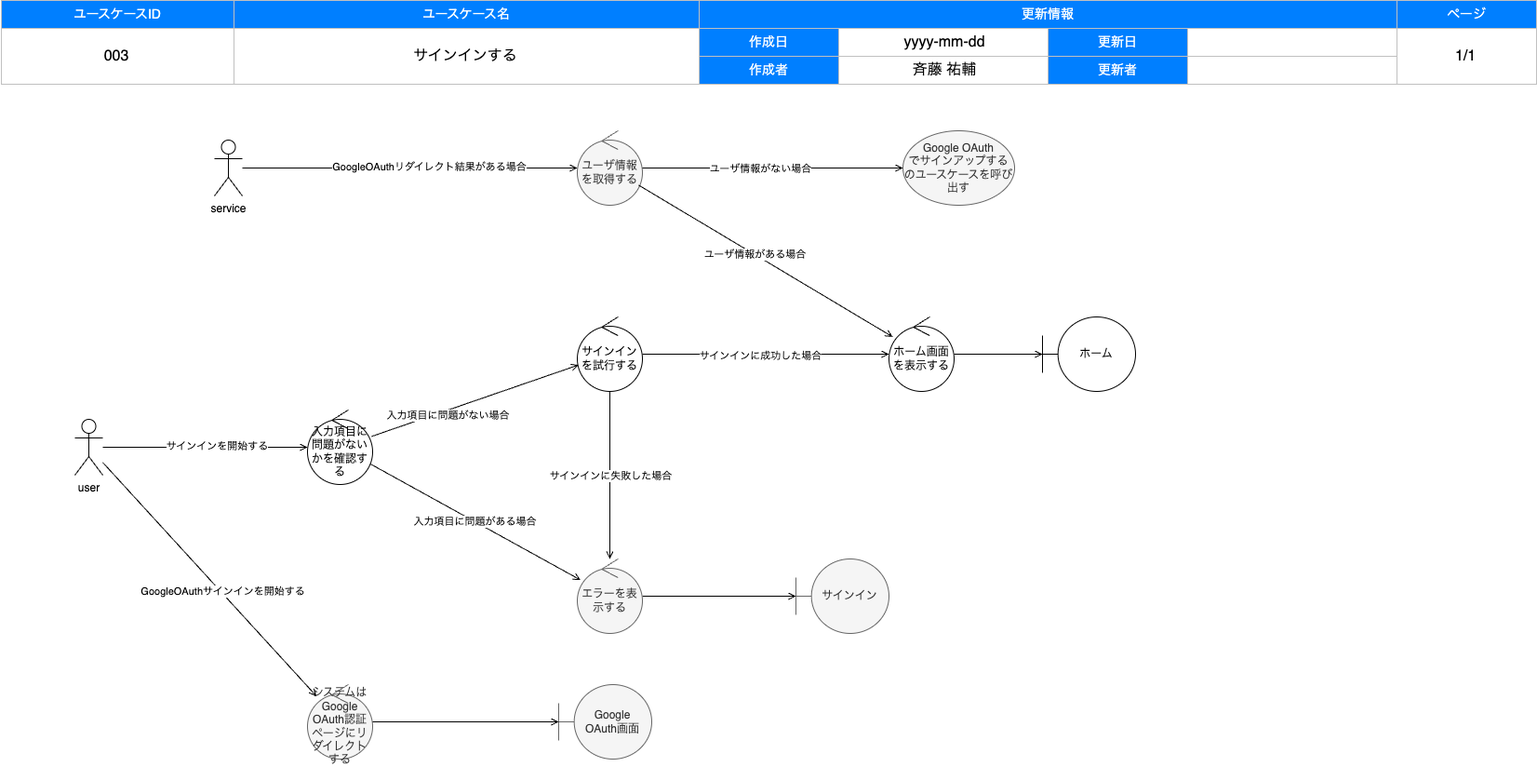
This is documents/nobody/003_signIn.drawio.png from uskithub/CABoilerplate, a draw.io export, as it was before one commit. Source tidied: cells renumbered, new cells last; positions are measured from the earlier drawing's top-left corner, leaving out a move shared by most shapes. Source of this version:
```xml
<mxGraphModel background="#FFFFFF">
  <root>
    <mxCell id="0" />
    <mxCell id="1" parent="0" />
    <mxCell id="2" style="group;" parent="1" vertex="1">
      <mxGeometry x="1" width="1650" height="90" as="geometry" />
    </mxCell>
    <mxCell id="3" value="ユースケースID" style="rounded=0;whiteSpace=wrap;html=1;strokeColor=#C0C0C0;fontSize=14;labelBorderColor=none;labelBackgroundColor=none;fillColor=#007FFF;fontColor=#FFFFFF;" parent="2" vertex="1">
      <mxGeometry width="250" height="30" as="geometry" />
    </mxCell>
    <mxCell id="4" value="ユースケース名" style="rounded=0;whiteSpace=wrap;html=1;strokeColor=#C0C0C0;fontSize=14;labelBorderColor=none;labelBackgroundColor=none;fillColor=#007FFF;fontColor=#FFFFFF;" parent="2" vertex="1">
      <mxGeometry x="250" width="500" height="30" as="geometry" />
    </mxCell>
    <mxCell id="5" value="更新情報" style="rounded=0;whiteSpace=wrap;html=1;strokeColor=#C0C0C0;fontSize=14;labelBorderColor=none;labelBackgroundColor=none;fillColor=#007FFF;fontColor=#FFFFFF;" parent="2" vertex="1">
      <mxGeometry x="750" width="750" height="30" as="geometry" />
    </mxCell>
    <mxCell id="6" value="ページ" style="rounded=0;whiteSpace=wrap;html=1;strokeColor=#C0C0C0;fontSize=14;labelBorderColor=none;labelBackgroundColor=none;fillColor=#007FFF;fontColor=#FFFFFF;" parent="2" vertex="1">
      <mxGeometry x="1500" width="150" height="30" as="geometry" />
    </mxCell>
    <mxCell id="7" style="rounded=0;whiteSpace=wrap;html=1;strokeColor=#C0C0C0;fontSize=14;labelBorderColor=none;labelBackgroundColor=none;fillColor=none;fontColor=#000000;" parent="2" vertex="1">
      <mxGeometry y="30" width="250" height="60" as="geometry" />
    </mxCell>
    <mxCell id="8" style="rounded=0;whiteSpace=wrap;html=1;strokeColor=#C0C0C0;fontSize=14;labelBorderColor=none;labelBackgroundColor=none;fillColor=none;fontColor=#000000;" parent="2" vertex="1">
      <mxGeometry x="250" y="30" width="500" height="60" as="geometry" />
    </mxCell>
    <mxCell id="9" value="作成日" style="rounded=0;whiteSpace=wrap;html=1;strokeColor=#C0C0C0;fontSize=14;labelBorderColor=none;labelBackgroundColor=none;fillColor=#007FFF;fontColor=#FFFFFF;" parent="2" vertex="1">
      <mxGeometry x="750" y="30" width="150" height="30" as="geometry" />
    </mxCell>
    <mxCell id="10" style="rounded=0;whiteSpace=wrap;html=1;strokeColor=#C0C0C0;fontSize=14;labelBorderColor=none;labelBackgroundColor=none;fillColor=none;fontColor=#000000;" parent="2" vertex="1">
      <mxGeometry x="1500" y="30" width="150" height="60" as="geometry" />
    </mxCell>
    <mxCell id="11" value="作成者" style="rounded=0;whiteSpace=wrap;html=1;strokeColor=#C0C0C0;fontSize=14;labelBorderColor=none;labelBackgroundColor=none;fillColor=#007FFF;fontColor=#FFFFFF;" parent="2" vertex="1">
      <mxGeometry x="750" y="60" width="150" height="30" as="geometry" />
    </mxCell>
    <mxCell id="12" value="更新日" style="rounded=0;whiteSpace=wrap;html=1;strokeColor=#C0C0C0;fontSize=14;labelBorderColor=none;labelBackgroundColor=none;fillColor=#007FFF;fontColor=#FFFFFF;" parent="2" vertex="1">
      <mxGeometry x="1125" y="30" width="150" height="30" as="geometry" />
    </mxCell>
    <mxCell id="13" value="更新者" style="rounded=0;whiteSpace=wrap;html=1;strokeColor=#C0C0C0;fontSize=14;labelBorderColor=none;labelBackgroundColor=none;fillColor=#007FFF;fontColor=#FFFFFF;" parent="2" vertex="1">
      <mxGeometry x="1125" y="60" width="150" height="30" as="geometry" />
    </mxCell>
    <mxCell id="14" style="rounded=0;whiteSpace=wrap;html=1;strokeColor=#C0C0C0;fontSize=14;labelBorderColor=none;labelBackgroundColor=none;fillColor=none;fontColor=#000000;" parent="2" vertex="1">
      <mxGeometry x="900" y="30" width="225" height="30" as="geometry" />
    </mxCell>
    <mxCell id="15" style="rounded=0;whiteSpace=wrap;html=1;strokeColor=#C0C0C0;fontSize=14;labelBorderColor=none;labelBackgroundColor=none;fillColor=none;fontColor=#000000;" parent="2" vertex="1">
      <mxGeometry x="1275" y="30" width="225" height="30" as="geometry" />
    </mxCell>
    <mxCell id="16" style="rounded=0;whiteSpace=wrap;html=1;strokeColor=#C0C0C0;fontSize=14;labelBorderColor=none;labelBackgroundColor=none;fillColor=none;fontColor=#000000;" parent="2" vertex="1">
      <mxGeometry x="900" y="60" width="225" height="30" as="geometry" />
    </mxCell>
    <mxCell id="17" style="rounded=0;whiteSpace=wrap;html=1;strokeColor=#C0C0C0;fontSize=14;labelBorderColor=none;labelBackgroundColor=none;fillColor=none;fontColor=#000000;" parent="2" vertex="1">
      <mxGeometry x="1275" y="60" width="225" height="30" as="geometry" />
    </mxCell>
    <mxCell id="18" value="ドキュメント情報" parent="0" />
    <mxCell id="19" value="サインインする" style="text;html=1;strokeColor=none;fillColor=none;align=center;verticalAlign=middle;whiteSpace=wrap;labelBackgroundColor=none;fontSize=16;fontColor=#000000;" parent="18" vertex="1">
      <mxGeometry x="250" y="30" width="500" height="60" as="geometry" />
    </mxCell>
    <mxCell id="20" value="斉藤 祐輔" style="text;html=1;strokeColor=none;fillColor=none;align=center;verticalAlign=middle;whiteSpace=wrap;labelBackgroundColor=none;fontSize=16;fontColor=#000000;" parent="18" vertex="1">
      <mxGeometry x="900" y="60" width="230" height="30" as="geometry" />
    </mxCell>
    <mxCell id="21" value="1/1" style="text;html=1;strokeColor=none;fillColor=none;align=center;verticalAlign=middle;whiteSpace=wrap;labelBackgroundColor=none;fontSize=16;fontColor=#000000;" parent="18" vertex="1">
      <mxGeometry x="1500" y="30" width="150" height="60" as="geometry" />
    </mxCell>
    <mxCell id="22" value="yyyy-mm-dd" style="text;html=1;strokeColor=none;fillColor=none;align=center;verticalAlign=middle;whiteSpace=wrap;labelBackgroundColor=none;fontSize=16;fontColor=#000000;" parent="18" vertex="1">
      <mxGeometry x="900" y="30" width="230" height="30" as="geometry" />
    </mxCell>
    <mxCell id="23" value="003" style="text;html=1;strokeColor=none;fillColor=none;align=center;verticalAlign=middle;whiteSpace=wrap;labelBackgroundColor=none;fontSize=16;fontColor=#000000;" parent="18" vertex="1">
      <mxGeometry y="30" width="250" height="60" as="geometry" />
    </mxCell>
    <mxCell id="24" value="ロバストネス図" parent="0" />
    <mxCell id="25" style="edgeStyle=none;html=1;endArrow=open;endFill=0;" parent="24" edge="1" source="29" target="41">
      <mxGeometry relative="1" as="geometry" />
    </mxCell>
    <mxCell id="26" value="入力項目に問題がない場合" style="edgeLabel;html=1;align=center;verticalAlign=middle;" parent="25" vertex="1">
      <mxGeometry x="-0.29" y="-4" relative="1" as="geometry">
        <mxPoint x="1" as="offset" />
      </mxGeometry>
    </mxCell>
    <mxCell id="27" style="edgeStyle=none;html=1;endArrow=open;endFill=0;" parent="24" edge="1" source="29" target="36">
      <mxGeometry relative="1" as="geometry" />
    </mxCell>
    <mxCell id="28" value="入力項目に問題がある場合" style="edgeLabel;html=1;align=center;verticalAlign=middle;" parent="27" vertex="1">
      <mxGeometry x="-0.01" y="1" relative="1" as="geometry">
        <mxPoint y="1" as="offset" />
      </mxGeometry>
    </mxCell>
    <mxCell id="29" value="入力項目に問題がないかを確認する" style="ellipse;shape=umlControl;whiteSpace=wrap;html=1;" parent="24" vertex="1">
      <mxGeometry x="330" y="440" width="70" height="80" as="geometry" />
    </mxCell>
    <mxCell id="30" style="edgeStyle=none;html=1;endArrow=open;endFill=0;" parent="24" edge="1" source="32" target="29">
      <mxGeometry relative="1" as="geometry" />
    </mxCell>
    <mxCell id="31" value="サインインを開始する" style="edgeLabel;html=1;align=center;verticalAlign=middle;" parent="30" vertex="1">
      <mxGeometry x="0.11" y="2" relative="1" as="geometry" />
    </mxCell>
    <mxCell id="32" value="user" style="shape=umlActor;verticalLabelPosition=bottom;verticalAlign=top;html=1;" parent="24" vertex="1">
      <mxGeometry x="80" y="450" width="30" height="60" as="geometry" />
    </mxCell>
    <mxCell id="33" style="edgeStyle=none;html=1;endArrow=open;endFill=0;" parent="24" edge="1" source="34" target="37">
      <mxGeometry relative="1" as="geometry" />
    </mxCell>
    <mxCell id="34" value="ホーム画面を表示する" style="ellipse;shape=umlControl;whiteSpace=wrap;html=1;" parent="24" vertex="1">
      <mxGeometry x="955" y="340" width="70" height="80" as="geometry" />
    </mxCell>
    <mxCell id="35" style="edgeStyle=none;html=1;endArrow=open;endFill=0;" parent="24" edge="1" source="36" target="38">
      <mxGeometry relative="1" as="geometry" />
    </mxCell>
    <mxCell id="36" value="エラーを表示する" style="ellipse;shape=umlControl;whiteSpace=wrap;html=1;fillColor=#f5f5f5;strokeColor=#666666;fontColor=#333333;" parent="24" vertex="1">
      <mxGeometry x="620" y="600" width="70" height="80" as="geometry" />
    </mxCell>
    <mxCell id="37" value="ホーム" style="shape=umlBoundary;whiteSpace=wrap;html=1;" parent="24" vertex="1">
      <mxGeometry x="1120" y="340" width="100" height="80" as="geometry" />
    </mxCell>
    <mxCell id="38" value="サインイン" style="shape=umlBoundary;whiteSpace=wrap;html=1;fillColor=#f5f5f5;fontColor=#333333;strokeColor=#666666;" parent="24" vertex="1">
      <mxGeometry x="855" y="600" width="100" height="80" as="geometry" />
    </mxCell>
    <mxCell id="39" style="edgeStyle=none;html=1;endArrow=open;endFill=0;" parent="24" edge="1" source="41" target="34">
      <mxGeometry relative="1" as="geometry" />
    </mxCell>
    <mxCell id="40" value="サインインに成功した場合" style="edgeLabel;html=1;align=center;verticalAlign=middle;" parent="39" vertex="1">
      <mxGeometry x="0.16" y="-1" relative="1" as="geometry">
        <mxPoint x="-28" as="offset" />
      </mxGeometry>
    </mxCell>
    <mxCell id="41" value="サインインを試行する" style="ellipse;shape=umlControl;whiteSpace=wrap;html=1;" parent="24" vertex="1">
      <mxGeometry x="620" y="340" width="70" height="80" as="geometry" />
    </mxCell>
    <mxCell id="42" style="edgeStyle=none;html=1;endArrow=open;endFill=0;" parent="24" edge="1" source="41" target="36">
      <mxGeometry relative="1" as="geometry" />
    </mxCell>
    <mxCell id="43" value="サインインに失敗した場合" style="edgeLabel;html=1;align=center;verticalAlign=middle;" parent="42" vertex="1">
      <mxGeometry x="0.16" y="-1" relative="1" as="geometry">
        <mxPoint x="1" y="-14" as="offset" />
      </mxGeometry>
    </mxCell>
    <mxCell id="44" value="システムはGoogle OAuth認証ページにリダイレクトする" style="ellipse;shape=umlControl;whiteSpace=wrap;html=1;fillColor=#f5f5f5;fontColor=#333333;strokeColor=#666666;" parent="24" vertex="1">
      <mxGeometry x="330" y="735" width="70" height="80" as="geometry" />
    </mxCell>
    <mxCell id="45" style="edgeStyle=none;html=1;endArrow=open;endFill=0;" parent="24" edge="1" source="32" target="44">
      <mxGeometry relative="1" as="geometry" />
    </mxCell>
    <mxCell id="46" value="GoogleOAuthサインインを開始する" style="edgeLabel;html=1;align=center;verticalAlign=middle;" parent="45" vertex="1">
      <mxGeometry x="0.11" y="2" relative="1" as="geometry" />
    </mxCell>
    <mxCell id="47" value="service" style="shape=umlActor;verticalLabelPosition=bottom;verticalAlign=top;html=1;" parent="24" vertex="1">
      <mxGeometry x="230" y="150" width="30" height="60" as="geometry" />
    </mxCell>
    <mxCell id="48" value="Google&lt;br&gt;OAuth画面" style="shape=umlBoundary;whiteSpace=wrap;html=1;fillColor=#f5f5f5;fontColor=#333333;strokeColor=#666666;" parent="24" vertex="1">
      <mxGeometry x="600" y="735" width="100" height="80" as="geometry" />
    </mxCell>
    <mxCell id="49" style="edgeStyle=none;html=1;endArrow=open;endFill=0;" parent="24" edge="1" source="44" target="48">
      <mxGeometry relative="1" as="geometry" />
    </mxCell>
    <mxCell id="50" style="edgeStyle=none;html=1;endArrow=open;endFill=0;" parent="24" edge="1" source="47" target="52">
      <mxGeometry relative="1" as="geometry" />
    </mxCell>
    <mxCell id="51" value="GoogleOAuthリダイレクト結果がある場合" style="edgeLabel;html=1;align=center;verticalAlign=middle;" parent="50" vertex="1">
      <mxGeometry x="0.11" y="2" relative="1" as="geometry" />
    </mxCell>
    <mxCell id="52" value="ユーザ情報を取得する" style="ellipse;shape=umlControl;whiteSpace=wrap;html=1;fillColor=#f5f5f5;fontColor=#333333;strokeColor=#666666;" parent="24" vertex="1">
      <mxGeometry x="620" y="140" width="70" height="80" as="geometry" />
    </mxCell>
    <mxCell id="53" style="edgeStyle=none;html=1;endArrow=open;endFill=0;startArrow=none;" parent="24" edge="1" source="52" target="55">
      <mxGeometry relative="1" as="geometry" />
    </mxCell>
    <mxCell id="54" value="ユーザ情報がない場合" style="edgeLabel;html=1;align=center;verticalAlign=middle;" parent="53" vertex="1">
      <mxGeometry x="-0.1" relative="1" as="geometry" />
    </mxCell>
    <mxCell id="55" value="Google OAuth&lt;br&gt;でサインアップするのユースケースを呼び出す" style="ellipse;whiteSpace=wrap;html=1;fillColor=#f5f5f5;fontColor=#333333;strokeColor=#666666;" parent="24" vertex="1">
      <mxGeometry x="970" y="140" width="120" height="80" as="geometry" />
    </mxCell>
    <mxCell id="56" style="edgeStyle=none;html=1;endArrow=open;endFill=0;startArrow=none;" parent="24" edge="1" source="52" target="34">
      <mxGeometry relative="1" as="geometry" />
    </mxCell>
    <mxCell id="57" value="ユーザ情報がある場合" style="edgeLabel;html=1;align=center;verticalAlign=middle;" parent="56" vertex="1">
      <mxGeometry x="-0.1" relative="1" as="geometry" />
    </mxCell>
  </root>
</mxGraphModel>
```
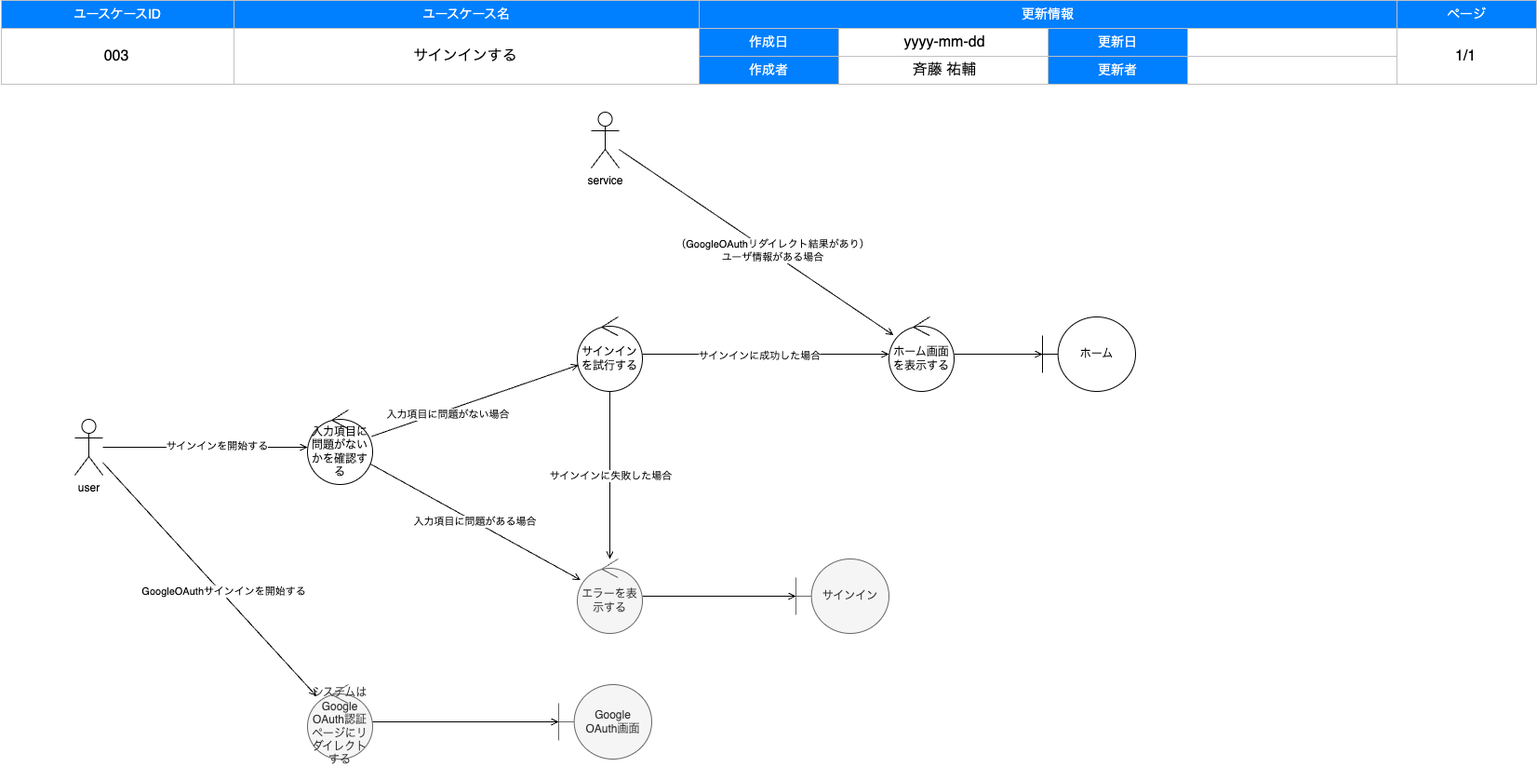
The same file after the commit.

Diff of the diagram source:
```diff
@@ -142,7 +142,7 @@
       <mxGeometry x="0.11" y="2" relative="1" as="geometry" />
     </mxCell>
     <mxCell id="47" value="service" style="shape=umlActor;verticalLabelPosition=bottom;verticalAlign=top;html=1;" parent="24" vertex="1">
-      <mxGeometry x="230" y="150" width="30" height="60" as="geometry" />
+      <mxGeometry x="635" y="120" width="30" height="60" as="geometry" />
     </mxCell>
     <mxCell id="48" value="Google&lt;br&gt;OAuth画面" style="shape=umlBoundary;whiteSpace=wrap;html=1;fillColor=#f5f5f5;fontColor=#333333;strokeColor=#666666;" parent="24" vertex="1">
       <mxGeometry x="600" y="735" width="100" height="80" as="geometry" />
@@ -150,29 +150,11 @@
     <mxCell id="49" style="edgeStyle=none;html=1;endArrow=open;endFill=0;" parent="24" edge="1" source="44" target="48">
       <mxGeometry relative="1" as="geometry" />
     </mxCell>
-    <mxCell id="50" style="edgeStyle=none;html=1;endArrow=open;endFill=0;" parent="24" edge="1" source="47" target="52">
+    <mxCell id="50" style="edgeStyle=none;html=1;endArrow=open;endFill=0;" parent="24" edge="1" source="47" target="34">
       <mxGeometry relative="1" as="geometry" />
     </mxCell>
-    <mxCell id="51" value="GoogleOAuthリダイレクト結果がある場合" style="edgeLabel;html=1;align=center;verticalAlign=middle;" parent="50" vertex="1">
+    <mxCell id="51" value="（GoogleOAuthリダイレクト結果があり）&lt;br&gt;ユーザ情報がある場合" style="edgeLabel;html=1;align=center;verticalAlign=middle;" parent="50" vertex="1">
       <mxGeometry x="0.11" y="2" relative="1" as="geometry" />
     </mxCell>
-    <mxCell id="52" value="ユーザ情報を取得する" style="ellipse;shape=umlControl;whiteSpace=wrap;html=1;fillColor=#f5f5f5;fontColor=#333333;strokeColor=#666666;" parent="24" vertex="1">
-      <mxGeometry x="620" y="140" width="70" height="80" as="geometry" />
-    </mxCell>
-    <mxCell id="53" style="edgeStyle=none;html=1;endArrow=open;endFill=0;startArrow=none;" parent="24" edge="1" source="52" target="55">
-      <mxGeometry relative="1" as="geometry" />
-    </mxCell>
-    <mxCell id="54" value="ユーザ情報がない場合" style="edgeLabel;html=1;align=center;verticalAlign=middle;" parent="53" vertex="1">
-      <mxGeometry x="-0.1" relative="1" as="geometry" />
-    </mxCell>
-    <mxCell id="55" value="Google OAuth&lt;br&gt;でサインアップするのユースケースを呼び出す" style="ellipse;whiteSpace=wrap;html=1;fillColor=#f5f5f5;fontColor=#333333;strokeColor=#666666;" parent="24" vertex="1">
-      <mxGeometry x="970" y="140" width="120" height="80" as="geometry" />
-    </mxCell>
-    <mxCell id="56" style="edgeStyle=none;html=1;endArrow=open;endFill=0;startArrow=none;" parent="24" edge="1" source="52" target="34">
-      <mxGeometry relative="1" as="geometry" />
-    </mxCell>
-    <mxCell id="57" value="ユーザ情報がある場合" style="edgeLabel;html=1;align=center;verticalAlign=middle;" parent="56" vertex="1">
-      <mxGeometry x="-0.1" relative="1" as="geometry" />
-    </mxCell>
   </root>
 </mxGraphModel>
```
